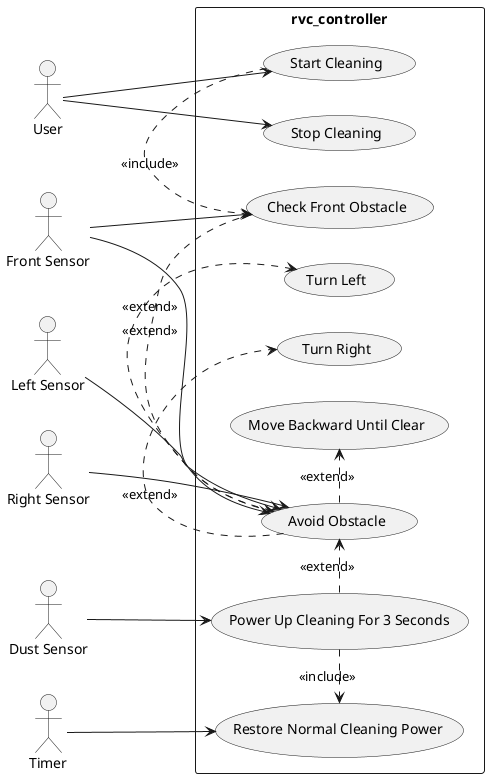
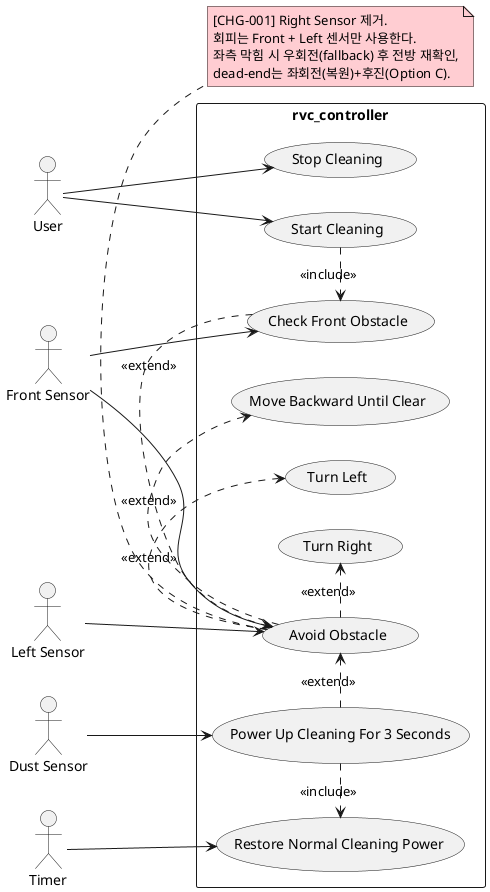
@startuml
left to right direction
skinparam packageStyle rectangle

actor User
actor "Front Sensor" as FrontSensor
actor "Left Sensor" as LeftSensor
- actor "Right Sensor" as RightSensor
+ ' [CHG-001] deleted: Right Sensor actor (장애물 감지는 Front + Left 만 사용)
+ ' actor "Right Sensor" as RightSensor
actor "Dust Sensor" as DustSensor
actor Timer

rectangle "rvc_controller" {
  usecase "Start Cleaning" as UC_Start
  usecase "Stop Cleaning" as UC_Stop
  usecase "Check Front Obstacle" as UC_CheckFront
  usecase "Avoid Obstacle" as UC_Avoid
  usecase "Turn Left" as UC_TurnLeft
  usecase "Turn Right" as UC_TurnRight
  usecase "Move Backward Until Clear" as UC_Backward
  usecase "Power Up Cleaning For 3 Seconds" as UC_Dust
  usecase "Restore Normal Cleaning Power" as UC_Restore
}

User --> UC_Start
User --> UC_Stop
FrontSensor --> UC_CheckFront
FrontSensor --> UC_Avoid
LeftSensor --> UC_Avoid
- RightSensor --> UC_Avoid
+ ' [CHG-001] deleted: RightSensor --> UC_Avoid
DustSensor --> UC_Dust
Timer --> UC_Restore
+ 
+ note bottom of UC_Avoid #FFCDD2
+ [CHG-001] Right Sensor 제거.
+ 회피는 Front + Left 센서만 사용한다.
+ 좌측 막힘 시 우회전(fallback) 후 전방 재확인,
+ dead-end는 좌회전(복원)+후진(Option C).
+ end note

UC_Start .> UC_CheckFront : <<include>>
UC_CheckFront .> UC_Avoid : <<extend>>
UC_Avoid .> UC_TurnLeft : <<extend>>
UC_Avoid .> UC_TurnRight : <<extend>>
UC_Avoid .> UC_Backward : <<extend>>
UC_Dust .> UC_Restore : <<include>>
UC_Dust .> UC_Avoid : <<extend>>
@enduml
